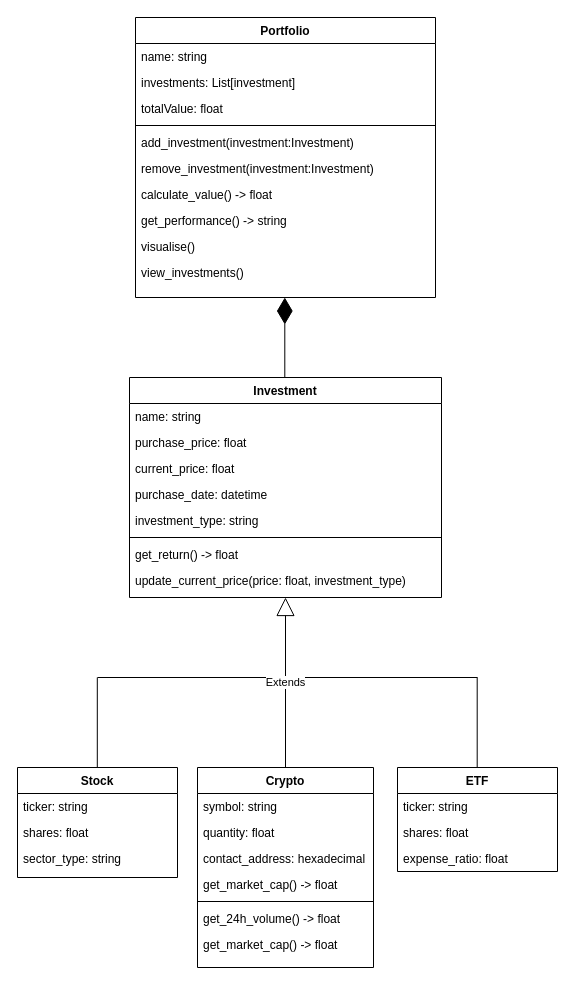
This is Untitled Diagram.drawio from AyoubGutin/Investment-Portfolio-Tracker, a draw.io file, before an edit. Source tidied: cells renumbered, new cells numbered last; positions are measured from the earlier drawing's top-left corner, leaving out a move shared by most shapes. Both pictures are drawn from the tidied source at 100%, with x=0, y=0 at pixel (17, 17).
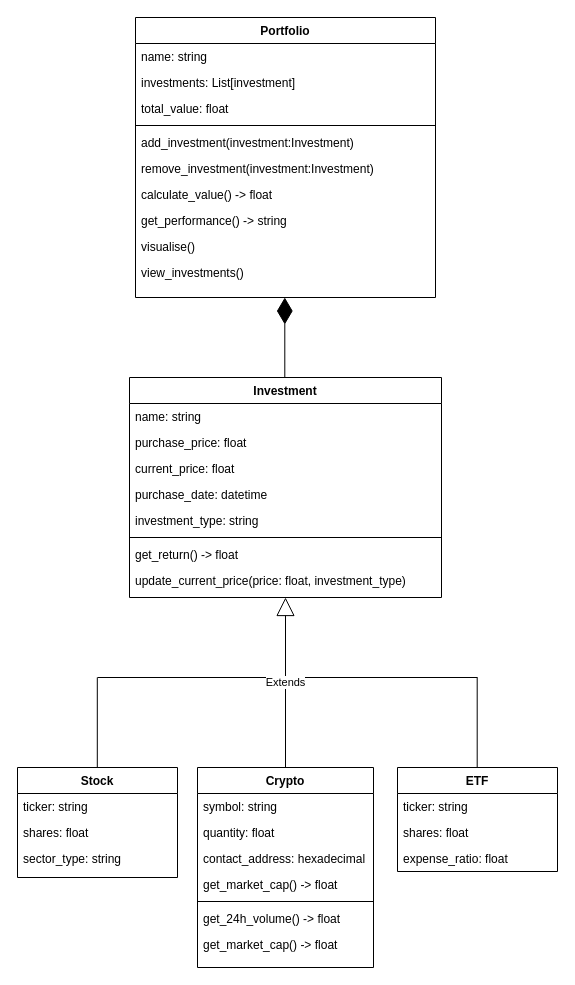
The same page after the edit.

The change refers to these unchanged cells:
```xml
<mxCell id="2" value="Portfolio" style="swimlane;fontStyle=1;align=center;verticalAlign=top;horizontal=1;startSize=26;rounded=0;shadow=0;strokeWidth=1;" parent="1" vertex="1">
  <mxGeometry x="118" width="300" height="280" as="geometry" />
</mxCell>
```

The edit, as a diff of the source:
```diff
@@
-    <mxCell id="5" value="totalValue: float" style="text;align=left;verticalAlign=top;spacingLeft=4;spacingRight=4;overflow=hidden;rounded=0;shadow=0;html=0;" parent="2" vertex="1">
+    <mxCell id="5" value="total_value: float" style="text;align=left;verticalAlign=top;spacingLeft=4;spacingRight=4;overflow=hidden;rounded=0;shadow=0;html=0;" parent="2" vertex="1">
       <mxGeometry y="78" width="300" height="26" as="geometry" />
     </mxCell>
```
